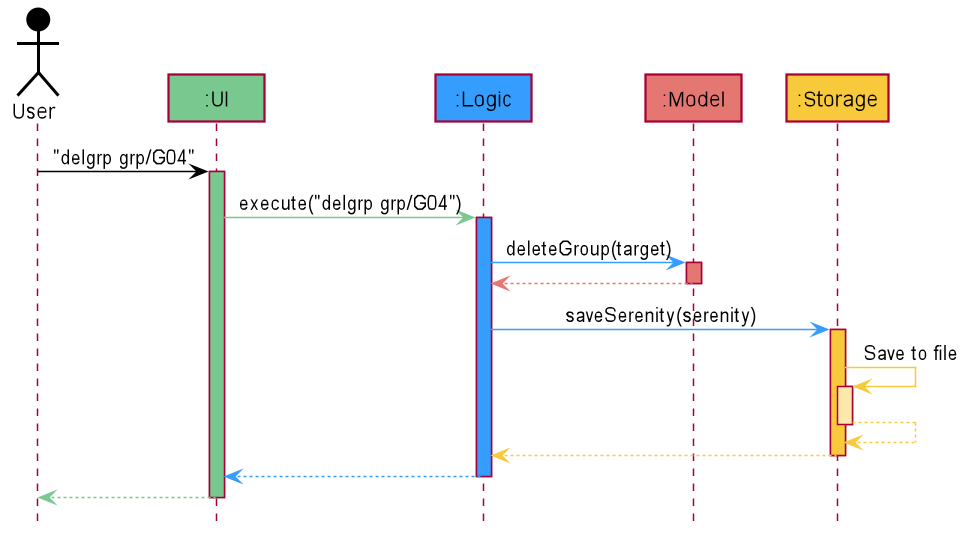
xinyee20/tp keeps this PlantUML diagram as docs/images/developerGuide/ArchitectureSequenceDiagram.png. Above is the earlier version. The source it was exported from:
```plantuml
@startuml











skinparam BackgroundColor #FFFFFFF

skinparam Shadowing false

skinparam Class {
    FontColor #black
    BorderThickness 1
    BorderColor #FFFFFF
    StereotypeFontColor #black
    FontName Arial
}

skinparam Actor {
    FontColor #black
    BorderColor #black
    Color #black
    FontName Arial
}

skinparam Sequence {
    FontColor #black
    MessageAlign center
    BoxFontSize 15
    BoxPadding 0
    BoxFontColor #black
    FontName Arial
}

skinparam Participant {
    FontColor #black
    FontColor #black
    Padding 20
}

skinparam MinClassWidth 50
skinparam ParticipantPadding 10
skinparam Shadowing false
skinparam DefaultTextAlignment center
skinparam packageStyle Rectangle

hide footbox
hide members
hide circle
skinparam ActorFontColor black


Actor User as user #black
Participant ":UI" as ui #78C890
Participant ":Logic" as logic #359DFD
Participant ":Model" as model #E47772
Participant ":Storage" as storage #F9C93C

user -[#black]> ui : "delgrp grp/G04"
activate ui #78C890

ui -[#78C890]> logic : execute("delgrp grp/G04")
activate logic #359DFD

logic -[#359DFD]> model : deleteGroup(target)
activate model #E47772

model -[#E47772]-> logic
deactivate model

logic -[#359DFD]> storage : saveSerenity(serenity)
activate storage #F9C93C

storage -[#F9C93C]> storage : Save to file
activate storage #FDE8AB
storage --[#F9C93C]> storage
deactivate storage

storage --[#F9C93C]> logic
deactivate storage

logic --[#359DFD]> ui
deactivate logic

ui--[#78C890]> user
deactivate ui
@enduml
```
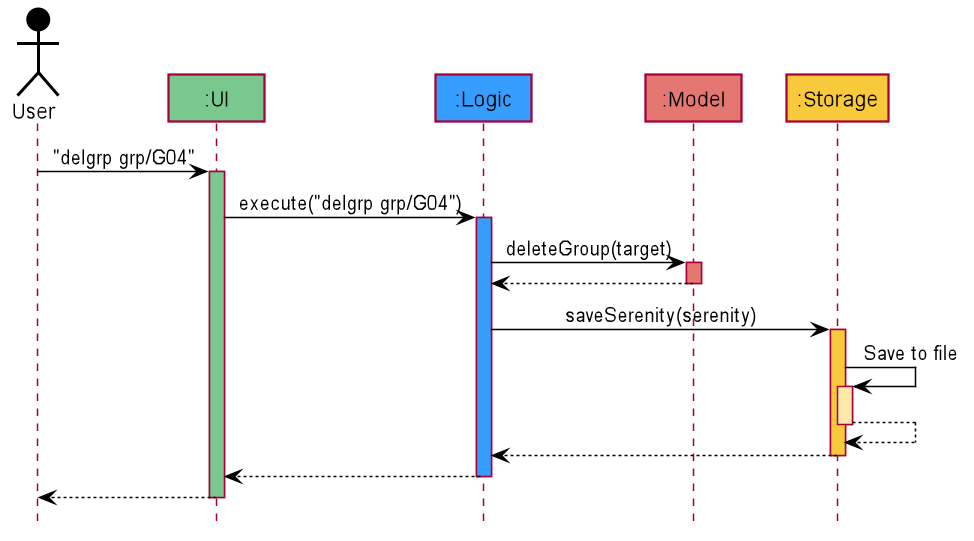
After the change.

Commit message:
Edit sequence diagram colors

Diff of the diagram source:
```diff
@@ -44,6 +44,12 @@
     Padding 20
 }
 
+skinparam activity {
+    ArrowColor #FF0000
+    BorderColor #9673A6
+    BackgroundColor #E1D5E7
+}
+
 skinparam MinClassWidth 50
 skinparam ParticipantPadding 10
 skinparam Shadowing false
@@ -65,29 +71,29 @@
 user -[#black]> ui : "delgrp grp/G04"
 activate ui #78C890
 
-ui -[#78C890]> logic : execute("delgrp grp/G04")
+ui -[#black]> logic : execute("delgrp grp/G04")
 activate logic #359DFD
 
-logic -[#359DFD]> model : deleteGroup(target)
+logic -[#black]> model : deleteGroup(target)
 activate model #E47772
 
-model -[#E47772]-> logic
+model --[#black]> logic
 deactivate model
 
-logic -[#359DFD]> storage : saveSerenity(serenity)
+logic -[#black]> storage : saveSerenity(serenity)
 activate storage #F9C93C
 
-storage -[#F9C93C]> storage : Save to file
+storage -[#black]> storage : Save to file
 activate storage #FDE8AB
-storage --[#F9C93C]> storage
+storage --[#black]> storage
 deactivate storage
 
-storage --[#F9C93C]> logic
+storage --[#black]> logic
 deactivate storage
 
-logic --[#359DFD]> ui
+logic --[#black]> ui
 deactivate logic
 
-ui--[#78C890]> user
+ui--[#black]> user
 deactivate ui
 @enduml
```
